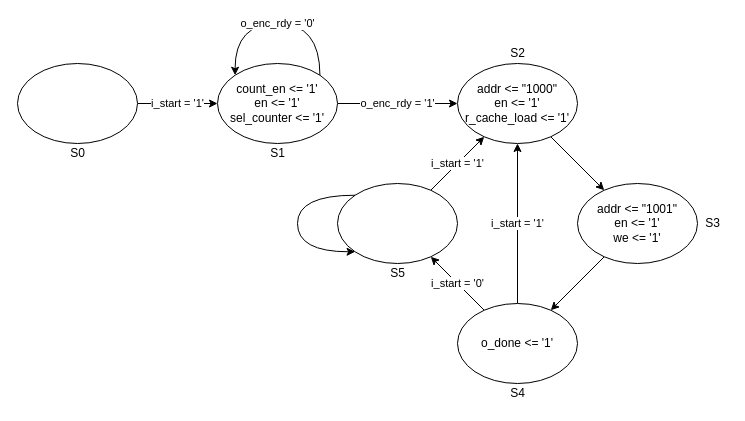
This is page "Page-2" (2 of 2) of schema.drawio from imDema/progetto_reti_logiche, a draw.io file, before an edit. Source tidied: cells renumbered, new cells numbered last; positions are measured from the earlier drawing's top-left corner, leaving out a move shared by most shapes. Both pictures are drawn from the tidied source at 100%, with x=0, y=0 at pixel (17, 23).
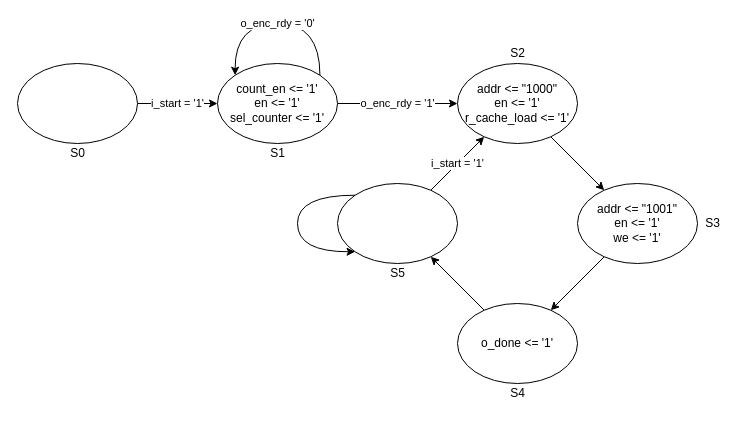
Above is the later version.

The change refers to these unchanged cells:
```xml
<mxCell id="5" style="ellipse;whiteSpace=wrap;html=1;" parent="1" vertex="1">
  <mxGeometry x="320" y="160" width="120" height="80" as="geometry" />
</mxCell>
<mxCell id="10" value="addr &amp;lt;= &quot;1000&quot;&lt;br&gt;en &amp;lt;= '1'&lt;br&gt;r_cache_load &amp;lt;= '1'" style="ellipse;whiteSpace=wrap;html=1;rounded=1;" parent="1" vertex="1">
  <mxGeometry x="440" y="40" width="120" height="80" as="geometry" />
</mxCell>
<mxCell id="15" value="o_done &amp;lt;= '1'" style="ellipse;whiteSpace=wrap;html=1;rounded=1;" parent="1" vertex="1">
  <mxGeometry x="440" y="280" width="120" height="80" as="geometry" />
</mxCell>
```

Diff of the diagram source:
```diff
@@
-    <mxCell id="13" value="i_start = '0'" style="edgeStyle=none;rounded=0;jettySize=auto;html=1;" parent="1" edge="1" source="15" target="5">
+    <mxCell id="13" style="edgeStyle=none;rounded=0;jettySize=auto;html=1;" parent="1" edge="1" source="15" target="5">
       <mxGeometry relative="1" as="geometry" />
     </mxCell>
-    <mxCell id="14" value="i_start = '1'" style="edgeStyle=none;rounded=0;jettySize=auto;html=1;" parent="1" edge="1" source="15" target="10">
-      <mxGeometry relative="1" as="geometry" />
-    </mxCell>
```
